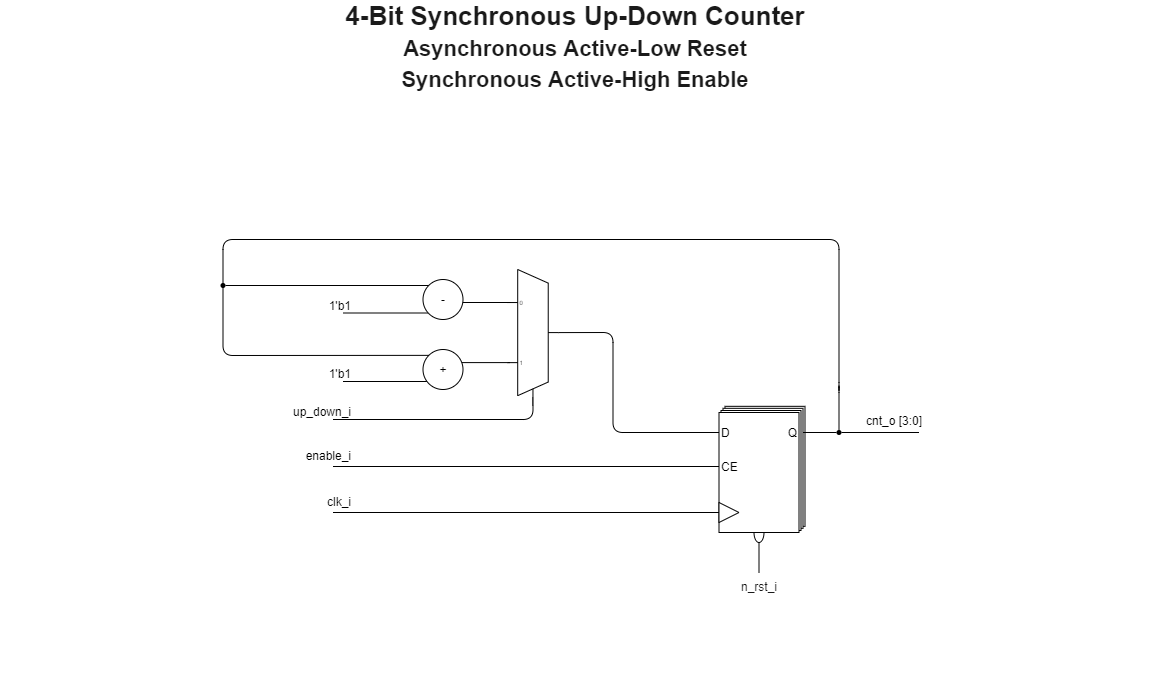
hughbyrne10/100daysofRTL keeps this draw.io diagram as Day_009_up_down_counter/images/up_down_counter_designDiagram.png. Above is the earlier version. Source tidied: cells renumbered, new cells last; positions are measured from the earlier drawing's top-left corner, leaving out a move shared by most shapes.
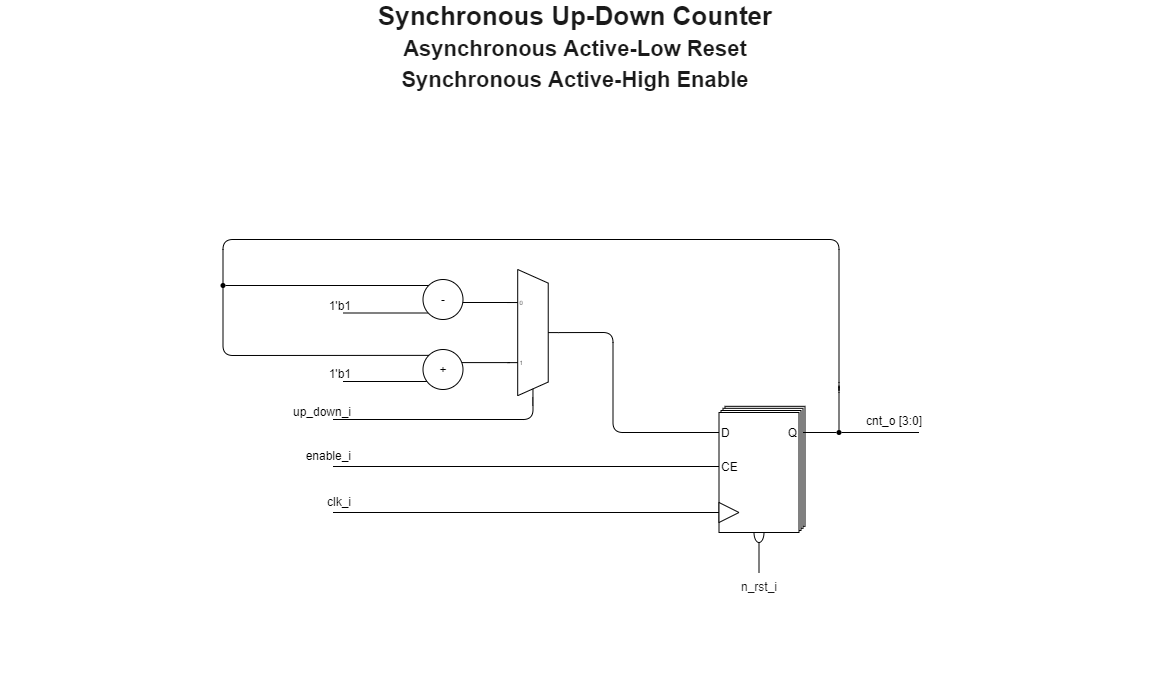
The same file after the commit.

Commit message:
update design circuit image.

Diff of the diagram source:
```diff
@@ -162,7 +162,7 @@
     <mxCell id="37" value="CE" style="text;html=1;strokeColor=none;fillColor=none;align=left;verticalAlign=middle;whiteSpace=wrap;rounded=0;fontSize=12;" parent="1" vertex="1">
       <mxGeometry x="718.5" y="443.8" width="40" height="40" as="geometry" />
     </mxCell>
-    <mxCell id="38" value="4-Bit Synchronous Up-Down Counter&lt;br&gt;&lt;font style=&quot;font-size: 22px&quot;&gt;Asynchronous Active-Low Reset&lt;br&gt;Synchronous Active-High Enable&lt;br&gt;&lt;/font&gt;" style="text;html=1;align=center;verticalAlign=middle;whiteSpace=wrap;rounded=0;fontFamily=Helvetica;fontSize=26;fontStyle=1;fontColor=#1A1A1A;" parent="1" vertex="1">
+    <mxCell id="38" value="Synchronous Up-Down Counter&lt;br&gt;&lt;font style=&quot;font-size: 22px&quot;&gt;Asynchronous Active-Low Reset&lt;br&gt;Synchronous Active-High Enable&lt;br&gt;&lt;/font&gt;" style="text;html=1;align=center;verticalAlign=middle;whiteSpace=wrap;rounded=0;fontFamily=Helvetica;fontSize=26;fontStyle=1;fontColor=#1A1A1A;" parent="1" vertex="1">
       <mxGeometry width="1150" height="90" as="geometry" />
     </mxCell>
     <mxCell id="39" style="endArrow=none;dashed=1;html=1;dashPattern=1 3;strokeWidth=2;opacity=0;" parent="1" edge="1">
```
